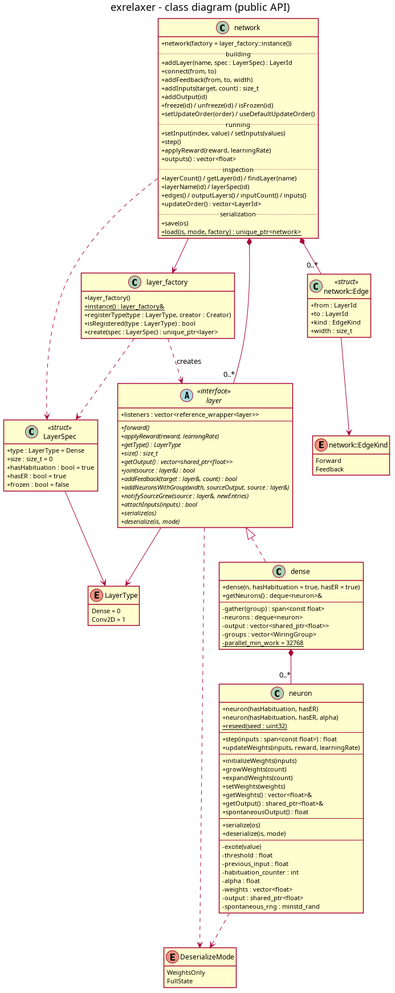
Above: doc/diagrams/classes.png in arielkonopka/exRelaxer (PlantUML), before the change. Its source is kept beside it as doc/diagrams/classes.puml.
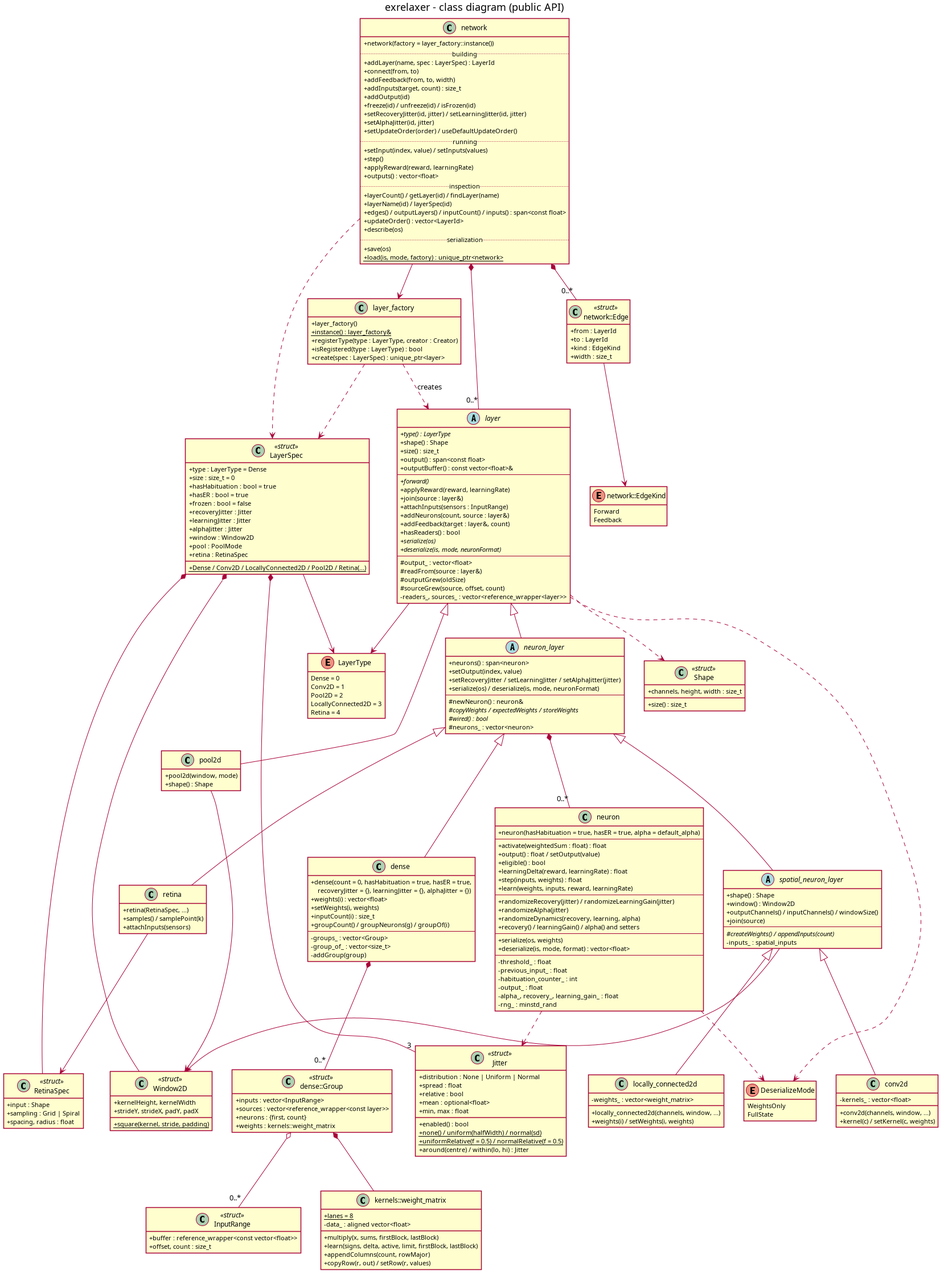
After the change.

Change to the diagram source:
```diff
@@ -8,6 +8,9 @@
 enum LayerType {
   Dense = 0
   Conv2D = 1
+  Pool2D = 2
+  LocallyConnected2D = 3
+  Retina = 4
 }
 
 enum DeserializeMode {
@@ -24,6 +27,10 @@
   +recoveryJitter : Jitter
   +learningJitter : Jitter
   +alphaJitter : Jitter
+  +window : Window2D
+  +pool : PoolMode
+  +retina : RetinaSpec
+  +{static} Dense / Conv2D / LocallyConnected2D / Pool2D / Retina(...)
 }
 
 class Jitter <<struct>> {
@@ -39,69 +46,148 @@
 }
 
 class neuron {
-  +neuron(hasHabituation, hasER)
-  +neuron(hasHabituation, hasER, alpha)
-  +{static} reseed(seed : uint32)
+  +neuron(hasHabituation = true, hasER = true, alpha = default_alpha)
   --
-  +step(inputs : span<const float>) : float
-  +updateWeights(inputs, reward, learningRate)
+  +activate(weightedSum : float) : float
+  +output() : float / setOutput(value)
+  +eligible() : bool
+  +learningDelta(reward, learningRate) : float
+  +step(inputs, weights) : float
+  +learn(weights, inputs, reward, learningRate)
   --
-  +initializeWeights(inputs)
-  +growWeights(count)
-  +expandWeights(count)
-  +setWeights(weights)
-  +getWeights() : vector<float>&
-  +getOutput() : shared_ptr<float>&
-  +spontaneousOutput() : float
   +randomizeRecovery(jitter) / randomizeLearningGain(jitter)
   +randomizeAlpha(jitter)
   +randomizeDynamics(recovery, learning, alpha)
-  +get/setRecovery(), get/setLearningGain(), get/setAlpha()
+  +recovery() / learningGain() / alpha() and setters
   --
-  +serialize(os)
-  +deserialize(is, mode, format)
+  +serialize(os, weights)
+  +deserialize(is, mode, format) : vector<float>
   --
-  -excite(value)
-  -threshold : float
-  -previous_input : float
-  -habituation_counter : int
-  -alpha : float
-  -weights : vector<float>
-  -output : shared_ptr<float>
-  -spontaneous_rng : minstd_rand
-  -recovery : float
-  -learning_gain : float
+  -threshold_ : float
+  -previous_input_ : float
+  -habituation_counter_ : int
+  -output_ : float
+  -alpha_, recovery_, learning_gain_ : float
+  -rng_ : minstd_rand
 }
 
-abstract class layer <<interface>> {
-  +listeners : vector<reference_wrapper<layer>>
+class Shape <<struct>> {
+  +channels, height, width : size_t
+  +size() : size_t
+}
+
+class InputRange <<struct>> {
+  +buffer : reference_wrapper<const vector<float>>
+  +offset, count : size_t
+}
+
+abstract class layer {
+  +{abstract} type() : LayerType
+  +shape() : Shape
+  +size() : size_t
+  +output() : span<const float>
+  +outputBuffer() : const vector<float>&
   --
   +{abstract} forward()
-  +{abstract} applyReward(reward, learningRate)
-  +{abstract} getType() : LayerType
-  +{abstract} size() : size_t
-  +{abstract} getOutput() : vector<shared_ptr<float>>
-  +{abstract} join(source : layer&) : bool
-  +{abstract} addFeedback(target : layer&, count) : bool
-  +{abstract} addNeuronsWithGroup(width, sourceOutput, source : layer&)
-  +{abstract} notifySourceGrew(source : layer&, newEntries)
-  +{abstract} attachInputs(inputs) : bool
-  +{abstract} setRecoveryJitter(jitter)
-  +{abstract} setLearningJitter(jitter)
-  +{abstract} setAlphaJitter(jitter)
+  +applyReward(reward, learningRate)
+  +join(source : layer&)
+  +attachInputs(sensors : InputRange)
+  +addNeurons(count, source : layer&)
+  +addFeedback(target : layer&, count)
+  +hasReaders() : bool
   +{abstract} serialize(os)
   +{abstract} deserialize(is, mode, neuronFormat)
+  --
+  #output_ : vector<float>
+  #readFrom(source : layer&)
+  #outputGrew(oldSize)
+  #sourceGrew(source, offset, count)
+  -readers_, sources_ : vector<reference_wrapper<layer>>
+}
+
+abstract class neuron_layer {
+  +neurons() : span<neuron>
+  +setOutput(index, value)
+  +setRecoveryJitter / setLearningJitter / setAlphaJitter(jitter)
+  +serialize(os) / deserialize(is, mode, neuronFormat)
+  --
+  #newNeuron() : neuron&
+  #{abstract} copyWeights / expectedWeights / storeWeights
+  #{abstract} wired() : bool
+  #neurons_ : vector<neuron>
 }
 
 class dense {
-  +dense(n, hasHabituation = true, hasER = true,\n    recoveryJitter = {}, learningJitter = {}, alphaJitter = {})
-  +getNeurons() : deque<neuron>&
+  +dense(count = 0, hasHabituation = true, hasER = true,\n    recoveryJitter = {}, learningJitter = {}, alphaJitter = {})
+  +weights(i) : vector<float>
+  +setWeights(i, weights)
+  +inputCount(i) : size_t
+  +groupCount() / groupNeurons(g) / groupOf(i)
   --
-  -gather(group) : span<const float>
-  -neurons : deque<neuron>
-  -output : vector<shared_ptr<float>>
-  -groups : vector<WiringGroup>
-  -{static} parallel_min_work = 32768
+  -groups_ : vector<Group>
+  -group_of_ : vector<size_t>
+  -addGroup(group)
+}
+
+abstract class spatial_neuron_layer {
+  +shape() : Shape
+  +window() : Window2D
+  +outputChannels() / inputChannels() / windowSize()
+  +join(source)
+  --
+  #{abstract} createWeights() / appendInputs(count)
+  -inputs_ : spatial_inputs
+}
+
+class conv2d {
+  +conv2d(channels, window, ...)
+  +kernel(c) / setKernel(c, weights)
+  -kernels_ : vector<float>
+}
+
+class locally_connected2d {
+  +locally_connected2d(channels, window, ...)
+  +weights(i) / setWeights(i, weights)
+  -weights_ : vector<weight_matrix>
+}
+
+class retina {
+  +retina(RetinaSpec, ...)
+  +samples() / samplePoint(k)
+  +attachInputs(sensors)
+}
+
+class pool2d {
+  +pool2d(window, mode)
+  +shape() : Shape
+}
+
+class Window2D <<struct>> {
+  +kernelHeight, kernelWidth
+  +strideY, strideX, padY, padX
+  +{static} square(kernel, stride, padding)
+}
+
+class RetinaSpec <<struct>> {
+  +input : Shape
+  +sampling : Grid | Spiral
+  +spacing, radius : float
+}
+
+class "dense::Group" as Group <<struct>> {
+  +inputs : vector<InputRange>
+  +sources : vector<reference_wrapper<const layer>>
+  +neurons : {first, count}
+  +weights : kernels::weight_matrix
+}
+
+class "kernels::weight_matrix" as weight_matrix {
+  +{static} lanes = 8
+  +multiply(x, sums, firstBlock, lastBlock)
+  +learn(signs, delta, active, limit, firstBlock, lastBlock)
+  +appendColumns(count, rowMajor)
+  +copyRow(r, out) / setRow(r, values)
+  -data_ : aligned vector<float>
 }
 
 class layer_factory {
@@ -132,7 +218,7 @@
   .. inspection ..
   +layerCount() / getLayer(id) / findLayer(name)
   +layerName(id) / layerSpec(id)
-  +edges() / outputLayers() / inputCount() / inputs()
+  +edges() / outputLayers() / inputCount() / inputs() : span<const float>
   +updateOrder() : vector<LayerId>
   +describe(os)
   .. serialization ..
@@ -152,9 +238,24 @@
   +width : size_t
 }
 
-layer <|.. dense
-dense *-- "0..*" neuron
+layer <|-- neuron_layer
+neuron_layer <|-- dense
+neuron_layer <|-- spatial_neuron_layer
+spatial_neuron_layer <|-- conv2d
+spatial_neuron_layer <|-- locally_connected2d
+neuron_layer <|-- retina
+layer <|-- pool2d
+spatial_neuron_layer --> Window2D
+pool2d --> Window2D
+retina --> RetinaSpec
+LayerSpec *-- Window2D
+LayerSpec *-- RetinaSpec
+neuron_layer *-- "0..*" neuron
+dense *-- "0..*" Group
+Group *-- weight_matrix
+Group o-- "0..*" InputRange
 layer --> LayerType
+layer ..> Shape
 layer ..> DeserializeMode
 neuron ..> DeserializeMode
 layer_factory ..> LayerSpec
```
